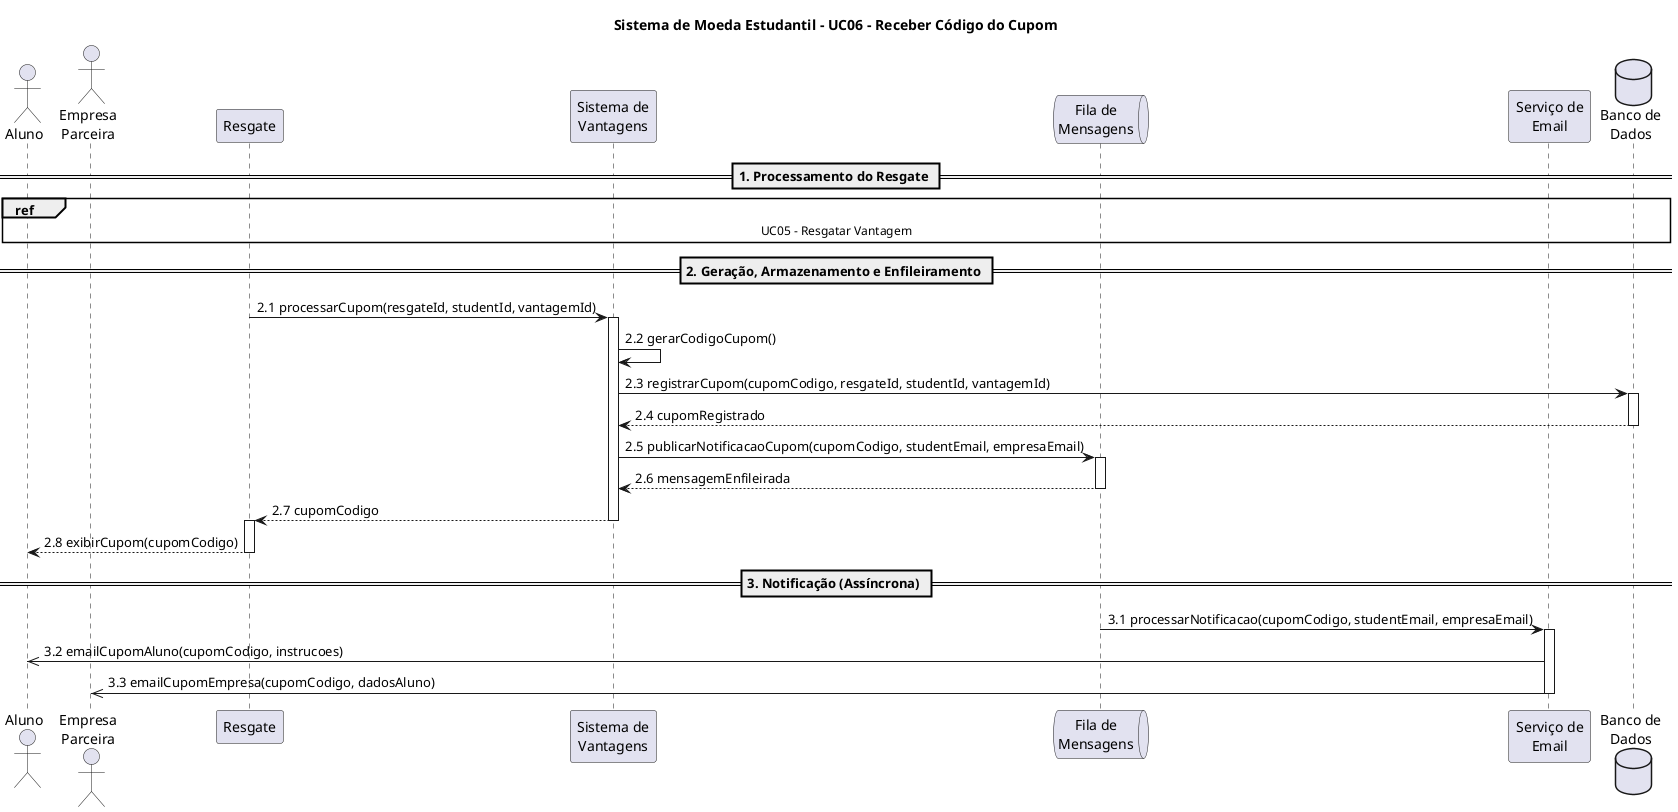
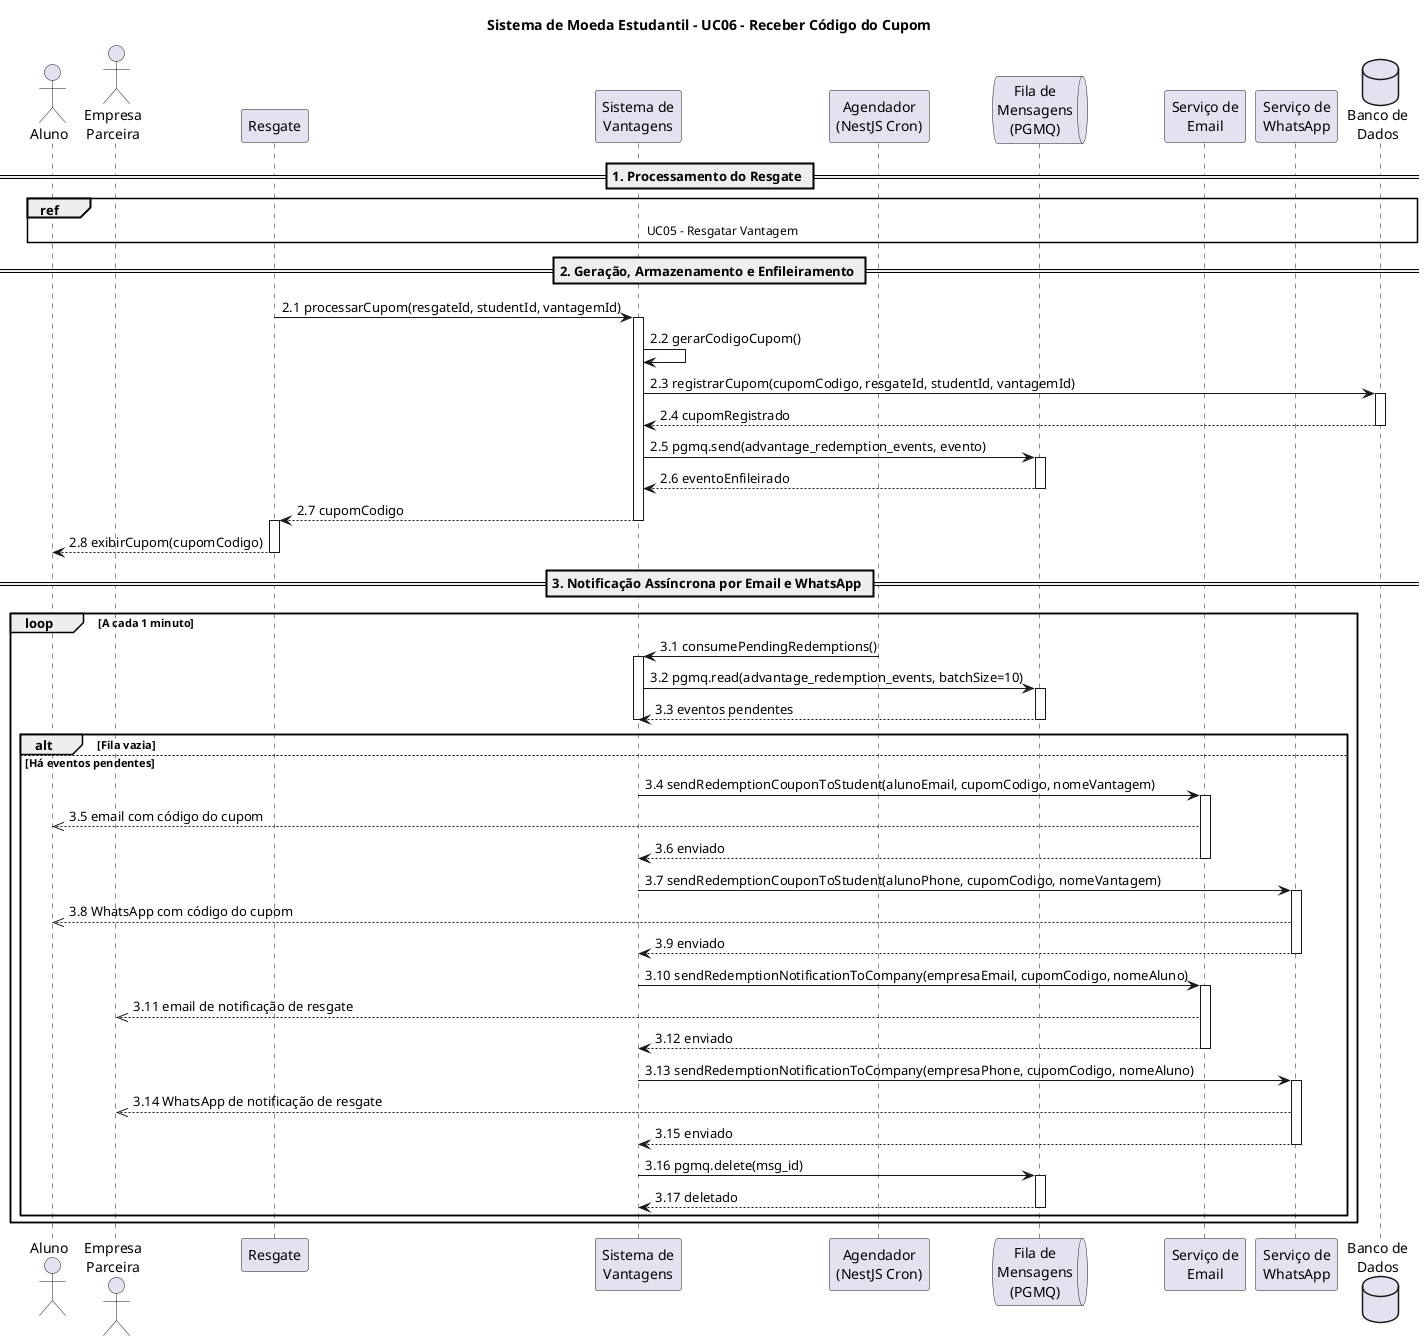
@startuml UC06-ReceberCodigoCupom
title Sistema de Moeda Estudantil - UC06 - Receber Código do Cupom

actor "Aluno" as A
actor "Empresa\nParceira" as E
participant "Resgate" as PR
participant "Sistema de\nVantagens" as SV
- queue "Fila de\nMensagens" as FM
+ participant "Agendador\n(NestJS Cron)" as CRON
+ queue "Fila de\nMensagens\n(PGMQ)" as FM
participant "Serviço de\nEmail" as SE
+ participant "Serviço de\nWhatsApp" as WA
database "Banco de\nDados" as BD

== 1. Processamento do Resgate ==

ref over A, PR, SV, FM, BD
    UC05 - Resgatar Vantagem
end ref

== 2. Geração, Armazenamento e Enfileiramento ==

PR -> SV: 2.1 processarCupom(resgateId, studentId, vantagemId)
activate SV
SV -> SV: 2.2 gerarCodigoCupom()
SV -> BD: 2.3 registrarCupom(cupomCodigo, resgateId, studentId, vantagemId)
activate BD
BD --> SV: 2.4 cupomRegistrado
deactivate BD
- SV -> FM: 2.5 publicarNotificacaoCupom(cupomCodigo, studentEmail, empresaEmail)
+ SV -> FM: 2.5 pgmq.send(advantage_redemption_events, evento)
activate FM
- FM --> SV: 2.6 mensagemEnfileirada
+ FM --> SV: 2.6 eventoEnfileirado
deactivate FM
SV --> PR: 2.7 cupomCodigo
deactivate SV
activate PR
PR --> A: 2.8 exibirCupom(cupomCodigo)
deactivate PR

- == 3. Notificação (Assíncrona) ==
+ == 3. Notificação Assíncrona por Email e WhatsApp ==

- FM -> SE: 3.1 processarNotificacao(cupomCodigo, studentEmail, empresaEmail)
- activate SE
- SE ->> A: 3.2 emailCupomAluno(cupomCodigo, instrucoes)
- SE ->> E: 3.3 emailCupomEmpresa(cupomCodigo, dadosAluno)
- deactivate SE
+ loop A cada 1 minuto
+     CRON -> SV: 3.1 consumePendingRedemptions()
+     activate SV
+     SV -> FM: 3.2 pgmq.read(advantage_redemption_events, batchSize=10)
+     activate FM
+     FM --> SV: 3.3 eventos pendentes
+     deactivate FM
+     alt Fila vazia
+         deactivate SV
+     else Há eventos pendentes
+         SV -> SE: 3.4 sendRedemptionCouponToStudent(alunoEmail, cupomCodigo, nomeVantagem)
+         activate SE
+         SE -->> A: 3.5 email com código do cupom
+         SE --> SV: 3.6 enviado
+         deactivate SE
+         SV -> WA: 3.7 sendRedemptionCouponToStudent(alunoPhone, cupomCodigo, nomeVantagem)
+         activate WA
+         WA -->> A: 3.8 WhatsApp com código do cupom
+         WA --> SV: 3.9 enviado
+         deactivate WA
+         SV -> SE: 3.10 sendRedemptionNotificationToCompany(empresaEmail, cupomCodigo, nomeAluno)
+         activate SE
+         SE -->> E: 3.11 email de notificação de resgate
+         SE --> SV: 3.12 enviado
+         deactivate SE
+         SV -> WA: 3.13 sendRedemptionNotificationToCompany(empresaPhone, cupomCodigo, nomeAluno)
+         activate WA
+         WA -->> E: 3.14 WhatsApp de notificação de resgate
+         WA --> SV: 3.15 enviado
+         deactivate WA
+         SV -> FM: 3.16 pgmq.delete(msg_id)
+         activate FM
+         FM --> SV: 3.17 deletado
+         deactivate FM
+         deactivate SV
+     end
+ end

@enduml
